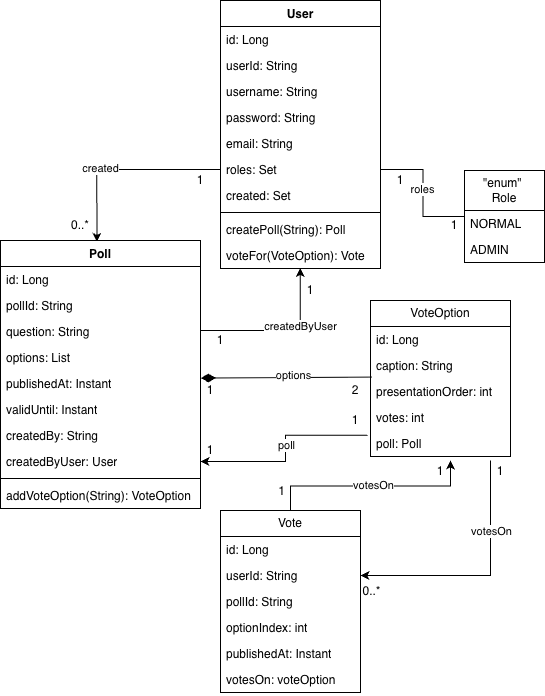
This is figs/Final_domain_model.png from PhilippStahlbergGit/dat250_project_pollApp, a draw.io export, as it was before one commit. Source tidied: cells renumbered, new cells last; positions are measured from the earlier drawing's top-left corner, leaving out a move shared by most shapes. Source of this version:
```xml
<mxGraphModel>
  <root>
    <mxCell id="0" />
    <mxCell id="1" parent="0" />
    <mxCell id="2" style="edgeStyle=orthogonalEdgeStyle;rounded=0;jettySize=auto;html=1;entryX=0;entryY=0.5;entryDx=0;entryDy=0;endArrow=none;endFill=0;endSize=12;exitX=0.482;exitY=0.005;exitDx=0;exitDy=0;exitPerimeter=0;startArrow=classic;startFill=1;" parent="1" edge="1" source="43" target="38">
      <mxGeometry relative="1" as="geometry" />
    </mxCell>
    <mxCell id="3" value="created" style="edgeLabel;html=1;align=center;verticalAlign=middle;" parent="2" vertex="1">
      <mxGeometry x="-0.23" y="2" relative="1" as="geometry" />
    </mxCell>
    <mxCell id="4" value="VoteOption" style="swimlane;fontStyle=0;horizontal=1;startSize=26;fillColor=none;whiteSpace=wrap;html=1;" parent="1" vertex="1">
      <mxGeometry x="370" y="300" width="140" height="156" as="geometry" />
    </mxCell>
    <mxCell id="5" value="id: Long" style="text;strokeColor=none;fillColor=none;align=left;verticalAlign=top;spacingLeft=4;spacingRight=4;overflow=hidden;whiteSpace=wrap;html=1;" parent="4" vertex="1">
      <mxGeometry y="26" width="140" height="26" as="geometry" />
    </mxCell>
    <mxCell id="6" value="caption: String" style="text;strokeColor=none;fillColor=none;align=left;verticalAlign=top;spacingLeft=4;spacingRight=4;overflow=hidden;points=[[0,0.5],[1,0.5]];portConstraint=eastwest;whiteSpace=wrap;html=1;" parent="4" vertex="1">
      <mxGeometry y="52" width="140" height="26" as="geometry" />
    </mxCell>
    <mxCell id="7" value="presentationOrder: int" style="text;strokeColor=none;fillColor=none;align=left;verticalAlign=top;spacingLeft=4;spacingRight=4;overflow=hidden;whiteSpace=wrap;html=1;" parent="4" vertex="1">
      <mxGeometry y="78" width="140" height="26" as="geometry" />
    </mxCell>
    <mxCell id="8" value="votes: int" style="text;strokeColor=none;fillColor=none;align=left;verticalAlign=top;spacingLeft=4;spacingRight=4;overflow=hidden;whiteSpace=wrap;html=1;" parent="4" vertex="1">
      <mxGeometry y="104" width="140" height="26" as="geometry" />
    </mxCell>
    <mxCell id="9" value="poll: Poll" style="text;strokeColor=none;fillColor=none;align=left;verticalAlign=top;spacingLeft=4;spacingRight=4;overflow=hidden;points=[[0,0.5],[1,0.5]];portConstraint=eastwest;whiteSpace=wrap;html=1;" parent="4" vertex="1">
      <mxGeometry y="130" width="140" height="26" as="geometry" />
    </mxCell>
    <mxCell id="10" value="Vote" style="swimlane;fontStyle=0;horizontal=1;startSize=26;fillColor=none;whiteSpace=wrap;html=1;" parent="1" vertex="1">
      <mxGeometry x="220" y="510" width="140" height="182" as="geometry" />
    </mxCell>
    <mxCell id="11" value="id: Long" style="text;strokeColor=none;fillColor=none;align=left;verticalAlign=top;spacingLeft=4;spacingRight=4;overflow=hidden;whiteSpace=wrap;html=1;" parent="10" vertex="1">
      <mxGeometry y="26" width="140" height="26" as="geometry" />
    </mxCell>
    <mxCell id="12" value="userId: String" style="text;strokeColor=none;fillColor=none;align=left;verticalAlign=top;spacingLeft=4;spacingRight=4;overflow=hidden;points=[[0,0.5],[1,0.5]];portConstraint=eastwest;whiteSpace=wrap;html=1;" parent="10" vertex="1">
      <mxGeometry y="52" width="140" height="26" as="geometry" />
    </mxCell>
    <mxCell id="13" value="pollId: String" style="text;strokeColor=none;fillColor=none;align=left;verticalAlign=top;spacingLeft=4;spacingRight=4;overflow=hidden;whiteSpace=wrap;html=1;" parent="10" vertex="1">
      <mxGeometry y="78" width="140" height="26" as="geometry" />
    </mxCell>
    <mxCell id="14" value="optionIndex: int" style="text;strokeColor=none;fillColor=none;align=left;verticalAlign=top;spacingLeft=4;spacingRight=4;overflow=hidden;whiteSpace=wrap;html=1;" parent="10" vertex="1">
      <mxGeometry y="104" width="140" height="26" as="geometry" />
    </mxCell>
    <mxCell id="15" value="publishedAt: Instant" style="text;strokeColor=none;fillColor=none;align=left;verticalAlign=top;spacingLeft=4;spacingRight=4;overflow=hidden;whiteSpace=wrap;html=1;" parent="10" vertex="1">
      <mxGeometry y="130" width="140" height="26" as="geometry" />
    </mxCell>
    <mxCell id="16" value="votesOn: voteOption" style="text;strokeColor=none;fillColor=none;align=left;verticalAlign=top;spacingLeft=4;spacingRight=4;overflow=hidden;whiteSpace=wrap;html=1;" parent="10" vertex="1">
      <mxGeometry y="156" width="140" height="26" as="geometry" />
    </mxCell>
    <mxCell id="17" value="&lt;div style=&quot;text-align: justify;&quot;&gt;&lt;br&gt;&lt;/div&gt;" style="endArrow=none;html=1;endSize=12;startArrow=diamondThin;startSize=12;startFill=1;align=right;verticalAlign=bottom;rounded=0;labelPosition=left;verticalLabelPosition=top;entryX=0.007;entryY=0.946;entryDx=0;entryDy=0;entryPerimeter=0;endFill=0;exitX=1.002;exitY=0.29;exitDx=0;exitDy=0;exitPerimeter=0;" parent="1" edge="1" source="48" target="6">
      <mxGeometry x="-1" y="3" relative="1" as="geometry" />
    </mxCell>
    <mxCell id="18" value="options" style="edgeLabel;html=1;align=center;verticalAlign=middle;" parent="17" vertex="1">
      <mxGeometry x="-0.37" relative="1" as="geometry">
        <mxPoint x="38" y="-3" as="offset" />
      </mxGeometry>
    </mxCell>
    <mxCell id="19" value="2" style="text;html=1;whiteSpace=wrap;strokeColor=none;fillColor=none;align=center;verticalAlign=middle;rounded=0;" parent="1" vertex="1">
      <mxGeometry x="340" y="380" width="30" height="20" as="geometry" />
    </mxCell>
    <mxCell id="20" value="1" style="text;html=1;whiteSpace=wrap;strokeColor=none;fillColor=none;align=center;verticalAlign=middle;rounded=0;" parent="1" vertex="1">
      <mxGeometry x="295" y="280" width="30" height="20" as="geometry" />
    </mxCell>
    <mxCell id="21" value="1" style="text;html=1;whiteSpace=wrap;strokeColor=none;fillColor=none;align=center;verticalAlign=middle;rounded=0;" parent="1" vertex="1">
      <mxGeometry x="190" y="330" width="60" height="20" as="geometry" />
    </mxCell>
    <mxCell id="22" value="0..*" style="text;html=1;whiteSpace=wrap;strokeColor=none;fillColor=none;align=center;verticalAlign=middle;rounded=0;" parent="1" vertex="1">
      <mxGeometry x="50" y="210" width="60" height="30" as="geometry" />
    </mxCell>
    <mxCell id="23" value="1" style="text;html=1;whiteSpace=wrap;strokeColor=none;fillColor=none;align=center;verticalAlign=middle;rounded=0;" parent="1" vertex="1">
      <mxGeometry x="170" y="170" width="60" height="20" as="geometry" />
    </mxCell>
    <mxCell id="24" value="1" style="text;html=1;whiteSpace=wrap;strokeColor=none;fillColor=none;align=center;verticalAlign=middle;rounded=0;" parent="1" vertex="1">
      <mxGeometry x="190" y="380" width="40" height="20" as="geometry" />
    </mxCell>
    <mxCell id="25" style="edgeStyle=orthogonalEdgeStyle;rounded=0;jettySize=auto;html=1;endArrow=none;endFill=0;endSize=12;" parent="1" edge="1" source="27">
      <mxGeometry relative="1" as="geometry">
        <mxPoint x="380" y="169" as="targetPoint" />
      </mxGeometry>
    </mxCell>
    <mxCell id="26" value="roles" style="edgeLabel;html=1;align=center;verticalAlign=middle;" parent="25" vertex="1">
      <mxGeometry x="0.05" y="1" relative="1" as="geometry" />
    </mxCell>
    <mxCell id="27" value="&quot;enum&quot;&amp;nbsp;&lt;div&gt;Role&lt;/div&gt;" style="swimlane;fontStyle=0;horizontal=1;startSize=40;fillColor=none;whiteSpace=wrap;html=1;" parent="1" vertex="1">
      <mxGeometry x="464" y="170" width="80" height="92" as="geometry" />
    </mxCell>
    <mxCell id="28" value="NORMAL" style="text;strokeColor=none;fillColor=none;align=left;verticalAlign=top;spacingLeft=4;spacingRight=4;overflow=hidden;whiteSpace=wrap;html=1;" parent="27" vertex="1">
      <mxGeometry y="40" width="80" height="26" as="geometry" />
    </mxCell>
    <mxCell id="29" value="ADMIN" style="text;strokeColor=none;fillColor=none;align=left;verticalAlign=top;spacingLeft=4;spacingRight=4;overflow=hidden;whiteSpace=wrap;html=1;" parent="27" vertex="1">
      <mxGeometry y="66" width="80" height="26" as="geometry" />
    </mxCell>
    <mxCell id="30" value="1" style="text;html=1;whiteSpace=wrap;strokeColor=none;fillColor=none;align=center;verticalAlign=middle;rounded=0;" parent="1" vertex="1">
      <mxGeometry x="390" y="170" width="20" height="20" as="geometry" />
    </mxCell>
    <mxCell id="31" value="1" style="text;html=1;whiteSpace=wrap;strokeColor=none;fillColor=none;align=center;verticalAlign=middle;rounded=0;" parent="1" vertex="1">
      <mxGeometry x="444" y="215" width="20" height="20" as="geometry" />
    </mxCell>
    <mxCell id="32" value="User" style="swimlane;fontStyle=1;align=center;verticalAlign=top;horizontal=1;startSize=26;whiteSpace=wrap;html=1;" parent="1" vertex="1">
      <mxGeometry x="220" width="160" height="268" as="geometry" />
    </mxCell>
    <mxCell id="33" value="id: Long" style="text;strokeColor=none;fillColor=none;align=left;verticalAlign=top;spacingLeft=4;spacingRight=4;overflow=hidden;whiteSpace=wrap;html=1;" parent="32" vertex="1">
      <mxGeometry y="26" width="160" height="26" as="geometry" />
    </mxCell>
    <mxCell id="34" value="userId: String" style="text;strokeColor=none;fillColor=none;align=left;verticalAlign=top;spacingLeft=4;spacingRight=4;overflow=hidden;whiteSpace=wrap;html=1;" parent="32" vertex="1">
      <mxGeometry y="52" width="160" height="26" as="geometry" />
    </mxCell>
    <mxCell id="35" value="username: String" style="text;strokeColor=none;fillColor=none;align=left;verticalAlign=top;spacingLeft=4;spacingRight=4;overflow=hidden;whiteSpace=wrap;html=1;" parent="32" vertex="1">
      <mxGeometry y="78" width="160" height="26" as="geometry" />
    </mxCell>
    <mxCell id="36" value="password: String" style="text;strokeColor=none;fillColor=none;align=left;verticalAlign=top;spacingLeft=4;spacingRight=4;overflow=hidden;whiteSpace=wrap;html=1;" parent="32" vertex="1">
      <mxGeometry y="104" width="160" height="26" as="geometry" />
    </mxCell>
    <mxCell id="37" value="email: String" style="text;strokeColor=none;fillColor=none;align=left;verticalAlign=top;spacingLeft=4;spacingRight=4;overflow=hidden;whiteSpace=wrap;html=1;" parent="32" vertex="1">
      <mxGeometry y="130" width="160" height="26" as="geometry" />
    </mxCell>
    <mxCell id="38" value="roles: Set" style="text;strokeColor=none;fillColor=none;align=left;verticalAlign=top;spacingLeft=4;spacingRight=4;overflow=hidden;points=[[0,0.5],[1,0.5]];portConstraint=eastwest;whiteSpace=wrap;html=1;" parent="32" vertex="1">
      <mxGeometry y="156" width="160" height="26" as="geometry" />
    </mxCell>
    <mxCell id="39" value="created: Set" style="text;strokeColor=none;fillColor=none;align=left;verticalAlign=top;spacingLeft=4;spacingRight=4;overflow=hidden;whiteSpace=wrap;html=1;" parent="32" vertex="1">
      <mxGeometry y="182" width="160" height="26" as="geometry" />
    </mxCell>
    <mxCell id="40" style="line;strokeWidth=1;fillColor=none;align=left;verticalAlign=middle;spacingTop=-1;spacingLeft=3;spacingRight=3;labelPosition=right;strokeColor=inherit;" parent="32" vertex="1">
      <mxGeometry y="208" width="160" height="8" as="geometry" />
    </mxCell>
    <mxCell id="41" value="createPoll(String): Poll" style="text;strokeColor=none;fillColor=none;align=left;verticalAlign=top;spacingLeft=4;spacingRight=4;overflow=hidden;whiteSpace=wrap;html=1;" parent="32" vertex="1">
      <mxGeometry y="216" width="160" height="26" as="geometry" />
    </mxCell>
    <mxCell id="42" value="voteFor(VoteOption): Vote" style="text;strokeColor=none;fillColor=none;align=left;verticalAlign=top;spacingLeft=4;spacingRight=4;overflow=hidden;points=[[0,0.5],[1,0.5]];portConstraint=eastwest;whiteSpace=wrap;html=1;" parent="32" vertex="1">
      <mxGeometry y="242" width="160" height="26" as="geometry" />
    </mxCell>
    <mxCell id="43" value="Poll" style="swimlane;fontStyle=1;align=center;verticalAlign=top;horizontal=1;startSize=26;whiteSpace=wrap;html=1;" parent="1" vertex="1">
      <mxGeometry y="240" width="200" height="268" as="geometry" />
    </mxCell>
    <mxCell id="44" value="id: Long" style="text;strokeColor=none;fillColor=none;align=left;verticalAlign=top;spacingLeft=4;spacingRight=4;overflow=hidden;whiteSpace=wrap;html=1;" parent="43" vertex="1">
      <mxGeometry y="26" width="200" height="26" as="geometry" />
    </mxCell>
    <mxCell id="45" value="pollId: String" style="text;strokeColor=none;fillColor=none;align=left;verticalAlign=top;spacingLeft=4;spacingRight=4;overflow=hidden;whiteSpace=wrap;html=1;" parent="43" vertex="1">
      <mxGeometry y="52" width="200" height="26" as="geometry" />
    </mxCell>
    <mxCell id="46" value="question: String" style="text;strokeColor=none;fillColor=none;align=left;verticalAlign=top;spacingLeft=4;spacingRight=4;overflow=hidden;whiteSpace=wrap;html=1;" parent="43" vertex="1">
      <mxGeometry y="78" width="200" height="26" as="geometry" />
    </mxCell>
    <mxCell id="47" value="options: List" style="text;strokeColor=none;fillColor=none;align=left;verticalAlign=top;spacingLeft=4;spacingRight=4;overflow=hidden;whiteSpace=wrap;html=1;" parent="43" vertex="1">
      <mxGeometry y="104" width="200" height="26" as="geometry" />
    </mxCell>
    <mxCell id="48" value="publishedAt: Instant" style="text;strokeColor=none;fillColor=none;align=left;verticalAlign=top;spacingLeft=4;spacingRight=4;overflow=hidden;points=[[0,0.5],[1,0.5]];portConstraint=eastwest;whiteSpace=wrap;html=1;" parent="43" vertex="1">
      <mxGeometry y="130" width="200" height="26" as="geometry" />
    </mxCell>
    <mxCell id="49" value="validUntil: Instant" style="text;strokeColor=none;fillColor=none;align=left;verticalAlign=top;spacingLeft=4;spacingRight=4;overflow=hidden;whiteSpace=wrap;html=1;" parent="43" vertex="1">
      <mxGeometry y="156" width="200" height="26" as="geometry" />
    </mxCell>
    <mxCell id="50" value="createdBy: String" style="text;strokeColor=none;fillColor=none;align=left;verticalAlign=top;spacingLeft=4;spacingRight=4;overflow=hidden;whiteSpace=wrap;html=1;" parent="43" vertex="1">
      <mxGeometry y="182" width="200" height="26" as="geometry" />
    </mxCell>
    <mxCell id="51" value="createdByUser: User" style="text;strokeColor=none;fillColor=none;align=left;verticalAlign=top;spacingLeft=4;spacingRight=4;overflow=hidden;points=[[0,0.5],[1,0.5]];portConstraint=eastwest;whiteSpace=wrap;html=1;" parent="43" vertex="1">
      <mxGeometry y="208" width="200" height="26" as="geometry" />
    </mxCell>
    <mxCell id="52" style="line;strokeWidth=1;fillColor=none;align=left;verticalAlign=middle;spacingTop=-1;spacingLeft=3;spacingRight=3;labelPosition=right;strokeColor=inherit;" parent="43" vertex="1">
      <mxGeometry y="234" width="200" height="8" as="geometry" />
    </mxCell>
    <mxCell id="53" value="addVoteOption(String): VoteOption" style="text;strokeColor=none;fillColor=none;align=left;verticalAlign=top;spacingLeft=4;spacingRight=4;overflow=hidden;whiteSpace=wrap;html=1;" parent="43" vertex="1">
      <mxGeometry y="242" width="200" height="26" as="geometry" />
    </mxCell>
    <mxCell id="54" style="edgeStyle=orthogonalEdgeStyle;rounded=0;jettySize=auto;html=1;startArrow=none;startFill=0;endArrow=classic;endFill=1;startSize=12;entryX=0.499;entryY=0.983;entryDx=0;entryDy=0;entryPerimeter=0;" parent="1" edge="1" target="42">
      <mxGeometry relative="1" as="geometry">
        <mxPoint x="200" y="330" as="sourcePoint" />
        <Array as="points">
          <mxPoint x="300" y="330" />
        </Array>
      </mxGeometry>
    </mxCell>
    <mxCell id="55" value="createdByUser" style="edgeLabel;html=1;align=center;verticalAlign=middle;" parent="54" vertex="1">
      <mxGeometry x="0.3" relative="1" as="geometry" />
    </mxCell>
    <mxCell id="56" style="edgeStyle=orthogonalEdgeStyle;rounded=0;jettySize=auto;html=1;exitX=0.5;exitY=0;exitDx=0;exitDy=0;endArrow=classic;endFill=1;startArrow=none;startFill=0;" parent="1" edge="1" source="10">
      <mxGeometry relative="1" as="geometry">
        <mxPoint x="450" y="460" as="targetPoint" />
      </mxGeometry>
    </mxCell>
    <mxCell id="57" value="votesOn" style="edgeLabel;html=1;align=center;verticalAlign=middle;" parent="56" vertex="1">
      <mxGeometry x="-0.34" y="1" relative="1" as="geometry">
        <mxPoint x="38" as="offset" />
      </mxGeometry>
    </mxCell>
    <mxCell id="58" value="&lt;font style=&quot;font-size: 12px;&quot;&gt;1&lt;/font&gt;" style="edgeLabel;html=1;align=center;verticalAlign=middle;" parent="56" vertex="1">
      <mxGeometry x="-0.86" y="-4" relative="1" as="geometry">
        <mxPoint x="-14" y="-4" as="offset" />
      </mxGeometry>
    </mxCell>
    <mxCell id="59" value="&lt;font&gt;1&lt;/font&gt;" style="text;html=1;whiteSpace=wrap;strokeColor=none;fillColor=none;align=center;verticalAlign=middle;rounded=0;" parent="1" vertex="1">
      <mxGeometry x="410" y="456" width="60" height="30" as="geometry" />
    </mxCell>
    <mxCell id="60" style="edgeStyle=orthogonalEdgeStyle;rounded=0;jettySize=auto;html=1;exitX=1;exitY=0.5;exitDx=0;exitDy=0;endArrow=none;endFill=0;startArrow=classic;startFill=1;" parent="1" edge="1" source="12">
      <mxGeometry relative="1" as="geometry">
        <mxPoint x="490" y="460" as="targetPoint" />
      </mxGeometry>
    </mxCell>
    <mxCell id="61" value="votesOn" style="edgeLabel;html=1;align=center;verticalAlign=middle;" parent="60" vertex="1">
      <mxGeometry x="-0.34" y="1" relative="1" as="geometry">
        <mxPoint x="49" y="-44" as="offset" />
      </mxGeometry>
    </mxCell>
    <mxCell id="62" value="&lt;font style=&quot;font-size: 12px;&quot;&gt;0..*&lt;/font&gt;" style="edgeLabel;html=1;align=center;verticalAlign=middle;" parent="60" vertex="1">
      <mxGeometry x="-0.86" y="-4" relative="1" as="geometry">
        <mxPoint x="-7" y="11" as="offset" />
      </mxGeometry>
    </mxCell>
    <mxCell id="63" value="&lt;font&gt;1&lt;/font&gt;" style="text;html=1;whiteSpace=wrap;strokeColor=none;fillColor=none;align=center;verticalAlign=middle;rounded=0;" parent="1" vertex="1">
      <mxGeometry x="470" y="456" width="60" height="30" as="geometry" />
    </mxCell>
    <mxCell id="64" style="edgeStyle=orthogonalEdgeStyle;rounded=0;jettySize=auto;html=1;entryX=-0.022;entryY=0.182;entryDx=0;entryDy=0;entryPerimeter=0;startArrow=classic;startFill=1;endArrow=none;endFill=0;" parent="1" edge="1" source="51" target="9">
      <mxGeometry relative="1" as="geometry" />
    </mxCell>
    <mxCell id="65" value="poll" style="edgeLabel;html=1;align=center;verticalAlign=middle;" parent="64" vertex="1">
      <mxGeometry x="0.04" relative="1" as="geometry" />
    </mxCell>
    <mxCell id="66" value="1" style="text;html=1;whiteSpace=wrap;strokeColor=none;fillColor=none;align=center;verticalAlign=middle;rounded=0;" parent="1" vertex="1">
      <mxGeometry x="190" y="440" width="40" height="20" as="geometry" />
    </mxCell>
    <mxCell id="67" value="1" style="text;html=1;whiteSpace=wrap;strokeColor=none;fillColor=none;align=center;verticalAlign=middle;rounded=0;" parent="1" vertex="1">
      <mxGeometry x="335" y="410" width="40" height="20" as="geometry" />
    </mxCell>
  </root>
</mxGraphModel>
```
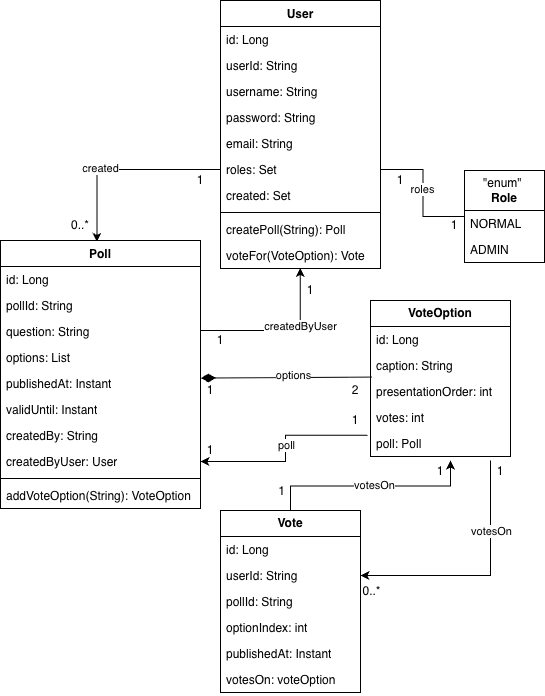
After the commit.

Diff of the diagram source:
```diff
@@ -8,7 +8,7 @@
     <mxCell id="3" value="created" style="edgeLabel;html=1;align=center;verticalAlign=middle;" parent="2" vertex="1">
       <mxGeometry x="-0.23" y="2" relative="1" as="geometry" />
     </mxCell>
-    <mxCell id="4" value="VoteOption" style="swimlane;fontStyle=0;horizontal=1;startSize=26;fillColor=none;whiteSpace=wrap;html=1;" parent="1" vertex="1">
+    <mxCell id="4" value="&lt;b&gt;VoteOption&lt;/b&gt;" style="swimlane;fontStyle=0;horizontal=1;startSize=26;fillColor=none;whiteSpace=wrap;html=1;" parent="1" vertex="1">
       <mxGeometry x="370" y="300" width="140" height="156" as="geometry" />
     </mxCell>
     <mxCell id="5" value="id: Long" style="text;strokeColor=none;fillColor=none;align=left;verticalAlign=top;spacingLeft=4;spacingRight=4;overflow=hidden;whiteSpace=wrap;html=1;" parent="4" vertex="1">
@@ -26,7 +26,7 @@
     <mxCell id="9" value="poll: Poll" style="text;strokeColor=none;fillColor=none;align=left;verticalAlign=top;spacingLeft=4;spacingRight=4;overflow=hidden;points=[[0,0.5],[1,0.5]];portConstraint=eastwest;whiteSpace=wrap;html=1;" parent="4" vertex="1">
       <mxGeometry y="130" width="140" height="26" as="geometry" />
     </mxCell>
-    <mxCell id="10" value="Vote" style="swimlane;fontStyle=0;horizontal=1;startSize=26;fillColor=none;whiteSpace=wrap;html=1;" parent="1" vertex="1">
+    <mxCell id="10" value="&lt;b&gt;Vote&lt;/b&gt;" style="swimlane;fontStyle=0;horizontal=1;startSize=26;fillColor=none;whiteSpace=wrap;html=1;" parent="1" vertex="1">
       <mxGeometry x="220" y="510" width="140" height="182" as="geometry" />
     </mxCell>
     <mxCell id="11" value="id: Long" style="text;strokeColor=none;fillColor=none;align=left;verticalAlign=top;spacingLeft=4;spacingRight=4;overflow=hidden;whiteSpace=wrap;html=1;" parent="10" vertex="1">
@@ -81,7 +81,7 @@
     <mxCell id="26" value="roles" style="edgeLabel;html=1;align=center;verticalAlign=middle;" parent="25" vertex="1">
       <mxGeometry x="0.05" y="1" relative="1" as="geometry" />
     </mxCell>
-    <mxCell id="27" value="&quot;enum&quot;&amp;nbsp;&lt;div&gt;Role&lt;/div&gt;" style="swimlane;fontStyle=0;horizontal=1;startSize=40;fillColor=none;whiteSpace=wrap;html=1;" parent="1" vertex="1">
+    <mxCell id="27" value="&quot;enum&quot;&amp;nbsp;&lt;div&gt;&lt;b&gt;Role&lt;/b&gt;&lt;/div&gt;" style="swimlane;fontStyle=0;horizontal=1;startSize=40;fillColor=none;whiteSpace=wrap;html=1;" parent="1" vertex="1">
       <mxGeometry x="464" y="170" width="80" height="92" as="geometry" />
     </mxCell>
     <mxCell id="28" value="NORMAL" style="text;strokeColor=none;fillColor=none;align=left;verticalAlign=top;spacingLeft=4;spacingRight=4;overflow=hidden;whiteSpace=wrap;html=1;" parent="27" vertex="1">
```
